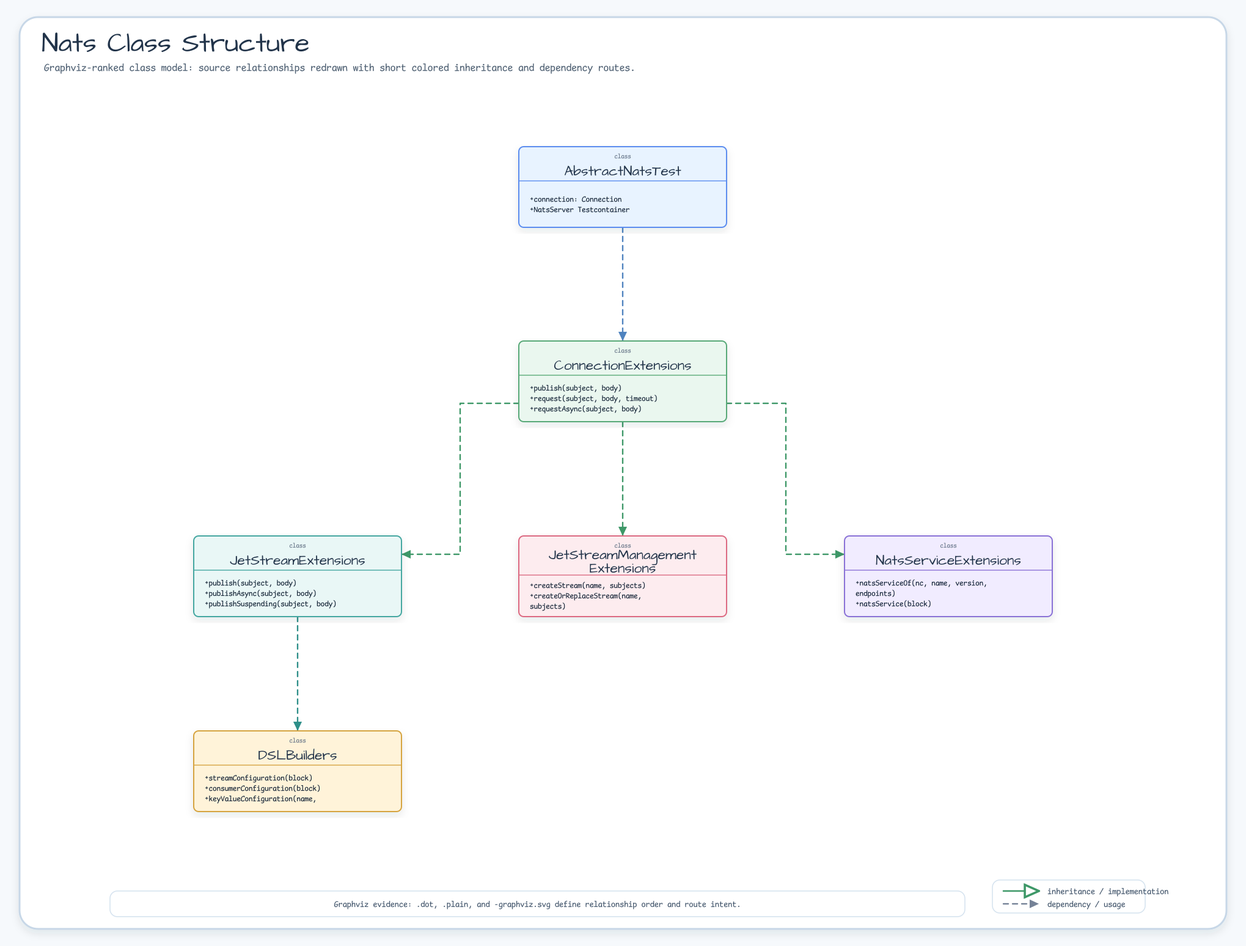
bluetape4k/bluetape4k-projects keeps this Graphviz diagram as docs/images/readme-diagrams/infra-nats-diagram-01.png. Above is the earlier version. Its source is kept beside it as docs/images/readme-diagrams/infra-nats-diagram-01.dot.
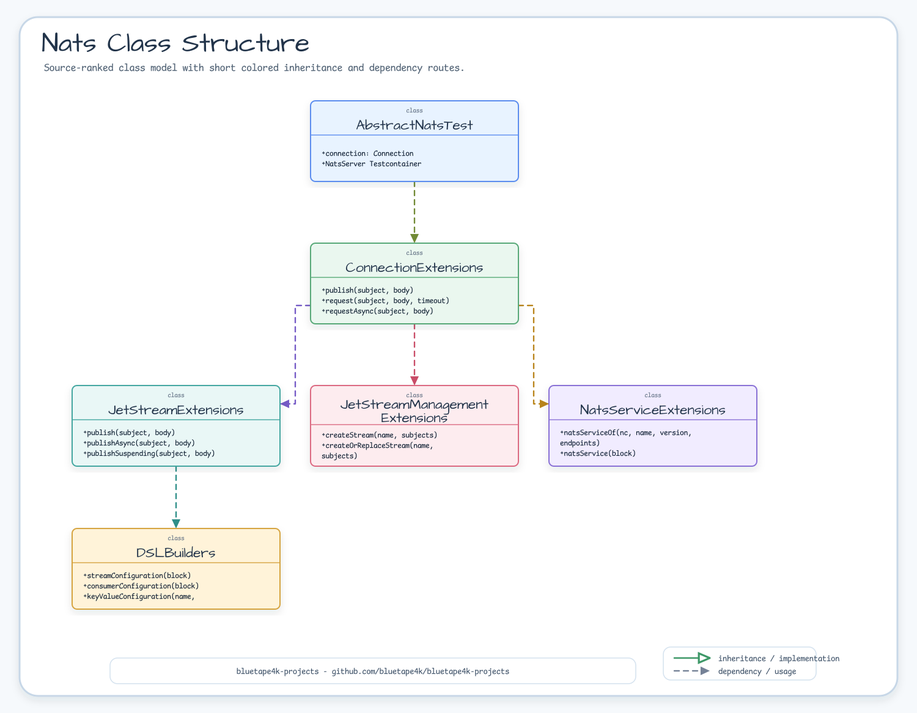
After the change.

The edit, as a diff of the source:
```diff
@@ -9,8 +9,8 @@
   JetStreamManagementExtensions [label="JetStreamManagementExtensions", fillcolor="#FDECEF", color="#DC6B82"];
   NatsServiceExtensions [label="NatsServiceExtensions", fillcolor="#F1ECFF", color="#8A72D6"];
   JetStreamExtensions -> DSLBuilders [color="#2E8F89", fontcolor="#2E8F89", style="dashed", arrowhead="none", weight=2];
-  ConnectionExtensions -> NatsServiceExtensions [color="#3E9868", fontcolor="#3E9868", style="dashed", arrowhead="none", weight=2];
-  ConnectionExtensions -> JetStreamManagementExtensions [color="#3E9868", fontcolor="#3E9868", style="dashed", arrowhead="none", weight=2];
-  ConnectionExtensions -> JetStreamExtensions [color="#3E9868", fontcolor="#3E9868", style="dashed", arrowhead="none", weight=2];
-  AbstractNatsTest -> ConnectionExtensions [color="#4F83BF", fontcolor="#4F83BF", style="dashed", arrowhead="none", weight=2];
+  ConnectionExtensions -> NatsServiceExtensions [color="#B9851B", fontcolor="#B9851B", style="dashed", arrowhead="none", weight=2];
+  ConnectionExtensions -> JetStreamManagementExtensions [color="#C94D68", fontcolor="#C94D68", style="dashed", arrowhead="none", weight=2];
+  ConnectionExtensions -> JetStreamExtensions [color="#755BC6", fontcolor="#755BC6", style="dashed", arrowhead="none", weight=2];
+  AbstractNatsTest -> ConnectionExtensions [color="#718A35", fontcolor="#718A35", style="dashed", arrowhead="none", weight=2];
 }
```
